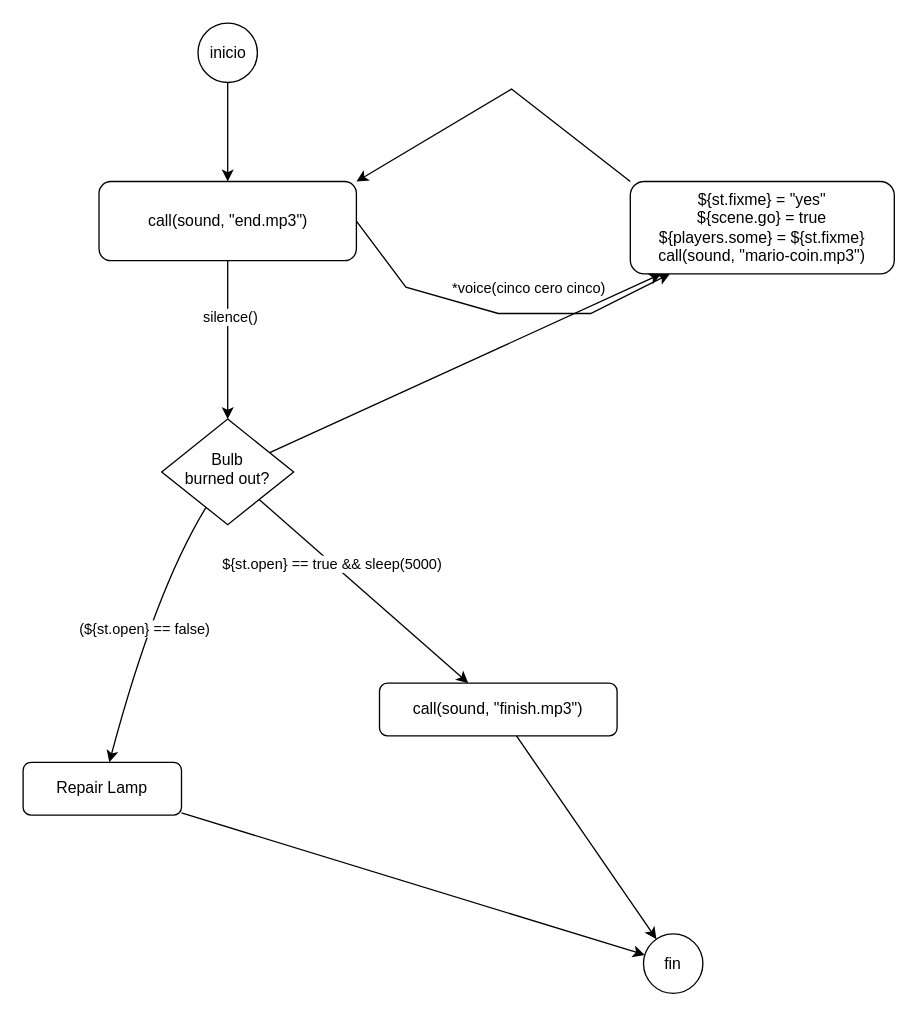
Earlier version of the draw.io diagram data/ue/scenes/caso1.drawio (ejfdelgado/ejflab). Source tidied: cells renumbered, new cells numbered last; positions are measured from the earlier drawing's top-left corner, leaving out a move shared by most shapes. Both pictures are drawn from the tidied source at 132%, with x=0, y=0 at pixel (22, 22).
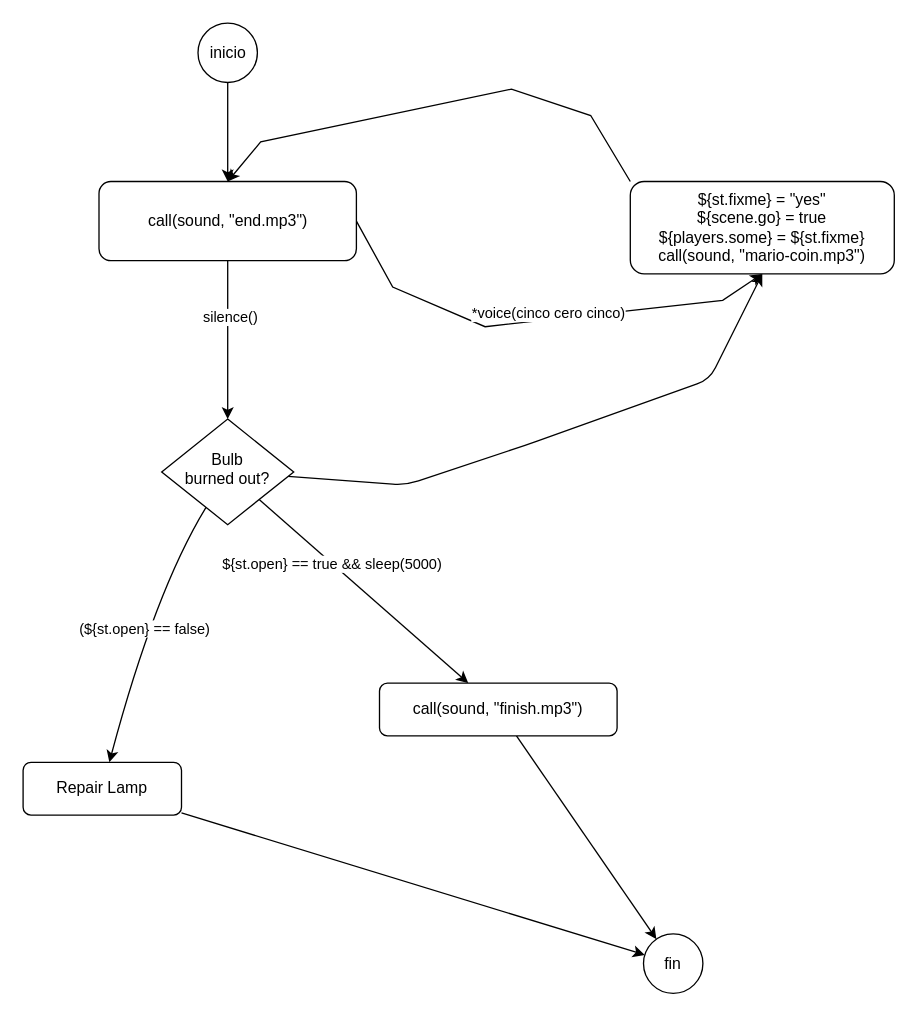
The same diagram, later.

Unchanged cells that the change refers to:
```xml
<mxCell id="7" value="${st.fixme} = &quot;yes&quot;&lt;br&gt;${scene.go} = true&lt;br&gt;${players.some} = ${st.fixme}&lt;br&gt;call(sound, &quot;mario-coin.mp3&quot;)" style="rounded=1;whiteSpace=wrap;html=1;fontSize=12;glass=0;strokeWidth=1;shadow=0;" parent="1" vertex="1">
  <mxGeometry x="460" y="120" width="200" height="70" as="geometry" />
</mxCell>
<mxCell id="12" value="Bulb&lt;br&gt;burned out?" style="rhombus;whiteSpace=wrap;html=1;shadow=0;fontFamily=Helvetica;fontSize=12;align=center;strokeWidth=1;spacing=6;spacingTop=-4;" parent="1" vertex="1">
  <mxGeometry x="105" y="300" width="100" height="80" as="geometry" />
</mxCell>
<mxCell id="19" value="call(sound, &quot;end.mp3&quot;)" style="rounded=1;whiteSpace=wrap;html=1;" parent="1" vertex="1">
  <mxGeometry x="57.5" y="120" width="195" height="60" as="geometry" />
</mxCell>
```

The edit, as a diff of the source:
```diff
@@
-    <mxCell id="2" style="edgeStyle=none;html=1;strokeColor=default;exitX=1;exitY=0.5;exitDx=0;exitDy=0;rounded=0;" parent="1" edge="1" source="19" target="7">
+    <mxCell id="2" style="edgeStyle=none;html=1;strokeColor=default;exitX=1;exitY=0.5;exitDx=0;exitDy=0;rounded=0;entryX=0.5;entryY=1;entryDx=0;entryDy=0;" parent="1" edge="1" source="19" target="7">
       <mxGeometry relative="1" as="geometry">
         <Array as="points">
-          <mxPoint x="290" y="200" />
-          <mxPoint x="360" y="220" />
-          <mxPoint x="430" y="220" />
+          <mxPoint x="280" y="200" />
+          <mxPoint x="350" y="230" />
+          <mxPoint x="530" y="210" />
         </Array>
       </mxGeometry>
     </mxCell>
     <mxCell id="3" value="*voice(cinco cero cinco)" style="edgeLabel;html=1;align=center;verticalAlign=middle;" parent="2" vertex="1">
       <mxGeometry x="0.16" y="2" relative="1" as="geometry">
-        <mxPoint y="-18" as="offset" />
+        <mxPoint x="-22" y="-1" as="offset" />
       </mxGeometry>
     </mxCell>
@@
-    <mxCell id="6" style="edgeStyle=none;html=1;entryX=1;entryY=0;entryDx=0;entryDy=0;strokeColor=default;exitX=0;exitY=0;exitDx=0;exitDy=0;rounded=0;" parent="1" edge="1" source="7" target="19">
+    <mxCell id="6" style="edgeStyle=none;html=1;entryX=0.5;entryY=0;entryDx=0;entryDy=0;strokeColor=default;exitX=0;exitY=0;exitDx=0;exitDy=0;rounded=0;" parent="1" edge="1" source="7" target="19">
       <mxGeometry relative="1" as="geometry">
         <Array as="points">
+          <mxPoint x="430" y="70" />
           <mxPoint x="370" y="50" />
+          <mxPoint x="180" y="90" />
         </Array>
       </mxGeometry>
     </mxCell>
@@
-    <mxCell id="11" style="edgeStyle=none;html=1;" parent="1" edge="1" source="12" target="7">
-      <mxGeometry relative="1" as="geometry" />
+    <mxCell id="11" style="edgeStyle=none;html=1;entryX=0.5;entryY=1;entryDx=0;entryDy=0;" parent="1" edge="1" source="12" target="7">
+      <mxGeometry relative="1" as="geometry">
+        <Array as="points">
+          <mxPoint x="290" y="350" />
+          <mxPoint x="380" y="320" />
+          <mxPoint x="520" y="270" />
+        </Array>
+      </mxGeometry>
     </mxCell>
```
